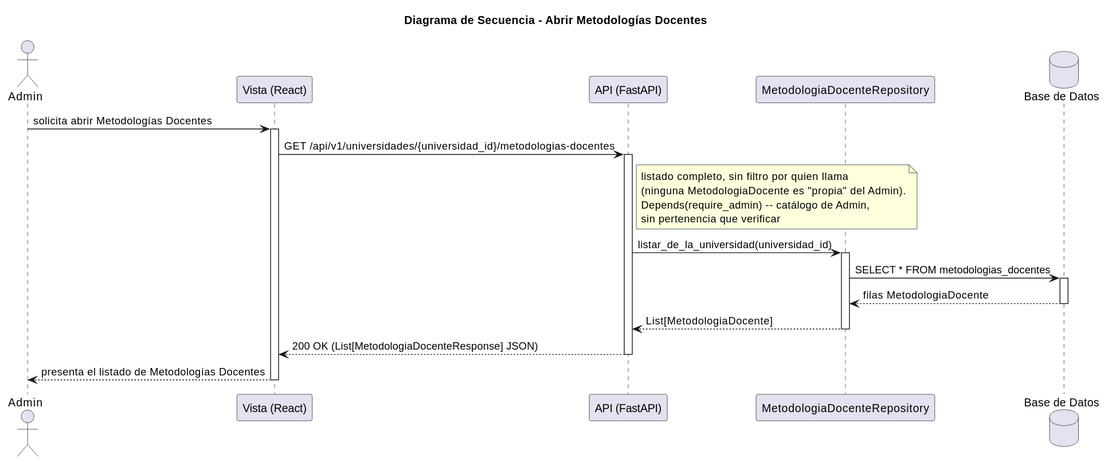
Earlier version of the PlantUML export images/RUP/03-diseño/casos-uso/abrirMetodologiasDocentes/secuencia.svg (mmasias/pyCeldaPublico).
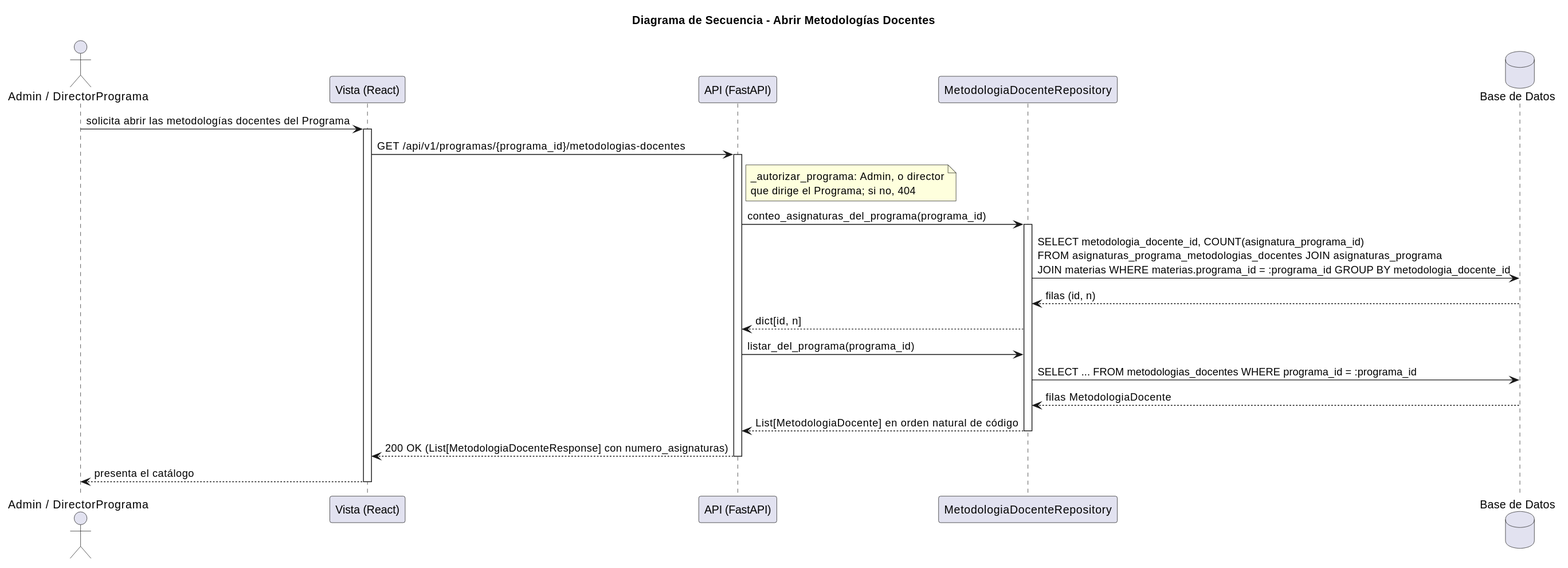
After the commit.

Change to the diagram source:
```diff
@@ -1,27 +1,29 @@
 @startuml
 title Diagrama de Secuencia - Abrir Metodologías Docentes
 
-actor "Admin" as Admin
+actor "Admin / DirectorPrograma" as Actor
 participant "Vista (React)" as Vista
 participant "API (FastAPI)" as API
-participant "MetodologiaDocenteRepository" as MetodologiaRepo
+participant "MetodologiaDocenteRepository" as Repo
 database "Base de Datos" as DB
 
-Admin -> Vista: solicita abrir Metodologías Docentes
+Actor -> Vista: solicita abrir las metodologías docentes del Programa
 activate Vista
-Vista -> API: GET /api/v1/universidades/{universidad_id}/metodologias-docentes
+Vista -> API: GET /api/v1/programas/{programa_id}/metodologias-docentes
 activate API
-note right of API: listado completo, sin filtro por quien llama\n(ninguna MetodologiaDocente es "propia" del Admin).\nDepends(require_admin) -- catálogo de Admin,\nsin pertenencia que verificar
-API -> MetodologiaRepo: listar_de_la_universidad(universidad_id)
-activate MetodologiaRepo
-MetodologiaRepo -> DB: SELECT * FROM metodologias_docentes
-activate DB
-DB --> MetodologiaRepo: filas MetodologiaDocente
-deactivate DB
-MetodologiaRepo --> API: List[MetodologiaDocente]
-deactivate MetodologiaRepo
-API --> Vista: 200 OK (List[MetodologiaDocenteResponse] JSON)
+note right of API: _autorizar_programa: Admin, o director\nque dirige el Programa; si no, 404
+API -> Repo: conteo_asignaturas_del_programa(programa_id)
+activate Repo
+Repo -> DB: SELECT metodologia_docente_id, COUNT(asignatura_programa_id)\nFROM asignaturas_programa_metodologias_docentes JOIN asignaturas_programa\nJOIN materias WHERE materias.programa_id = :programa_id GROUP BY metodologia_docente_id
+DB --> Repo: filas (id, n)
+Repo --> API: dict[id, n]
+API -> Repo: listar_del_programa(programa_id)
+Repo -> DB: SELECT ... FROM metodologias_docentes WHERE programa_id = :programa_id
+DB --> Repo: filas MetodologiaDocente
+Repo --> API: List[MetodologiaDocente] en orden natural de código
+deactivate Repo
+API --> Vista: 200 OK (List[MetodologiaDocenteResponse] con numero_asignaturas)
 deactivate API
-Vista --> Admin: presenta el listado de Metodologías Docentes
+Vista --> Actor: presenta el catálogo
 deactivate Vista
 @enduml
```
